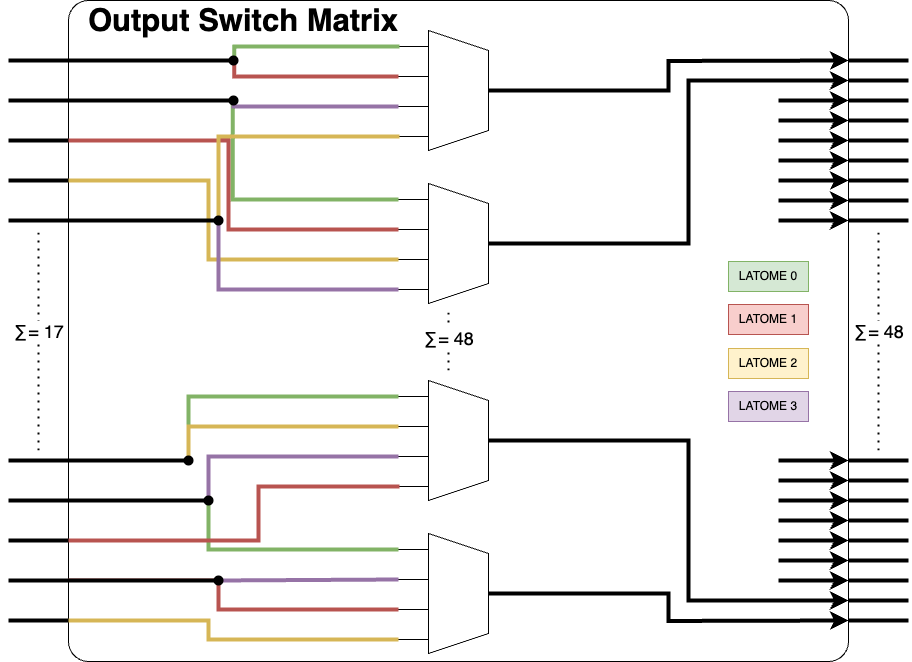
Before: images/osm.png, a diagram exported from draw.io (PaoloRondot/master_thesis). Source tidied: cells renumbered, new cells last; positions are measured from the earlier drawing's top-left corner, leaving out a move shared by most shapes.
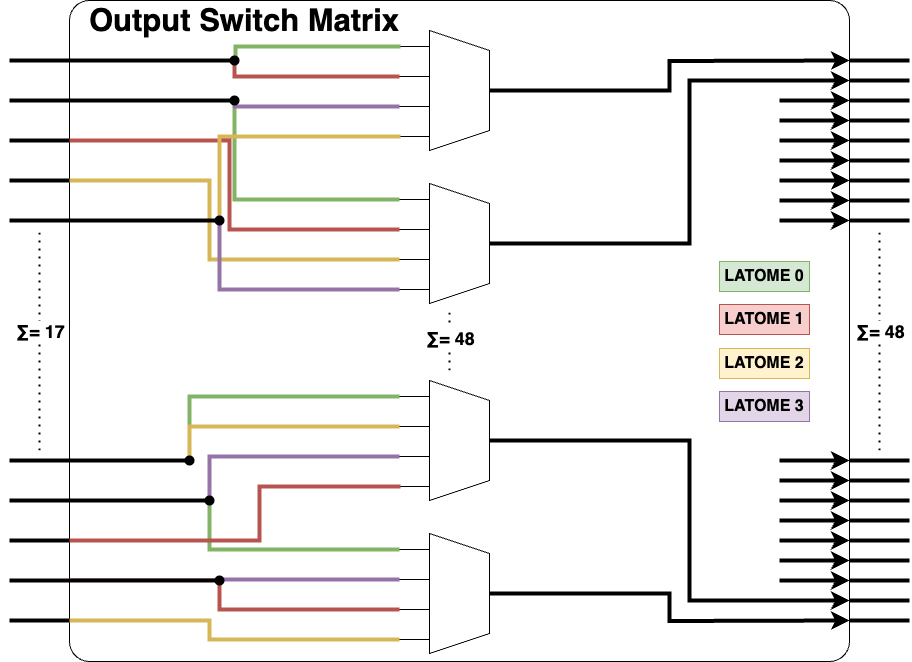
Above is the later version.

What changed in the source:
```diff
@@ -124,7 +124,7 @@
         <mxPoint x="50" y="-70" as="targetPoint" />
       </mxGeometry>
     </mxCell>
-    <mxCell id="25" value="∑= 48" style="edgeLabel;html=1;align=center;verticalAlign=middle;fontSize=18;" parent="24" vertex="1">
+    <mxCell id="25" value="∑= 48" style="edgeLabel;html=1;align=center;verticalAlign=middle;fontSize=18;fontStyle=1;" parent="24" vertex="1">
       <mxGeometry x="0.09" y="3" relative="1" as="geometry">
         <mxPoint x="3" as="offset" />
       </mxGeometry>
@@ -159,7 +159,7 @@
         <mxPoint x="30" y="230" as="targetPoint" />
       </mxGeometry>
     </mxCell>
-    <mxCell id="31" value="∑= 17" style="edgeLabel;html=1;align=center;verticalAlign=middle;fontSize=18;" parent="30" vertex="1">
+    <mxCell id="31" value="∑= 17" style="edgeLabel;html=1;align=center;verticalAlign=middle;fontSize=18;fontStyle=1;" parent="30" vertex="1">
       <mxGeometry x="0.09" y="3" relative="1" as="geometry">
         <mxPoint x="3" as="offset" />
       </mxGeometry>
@@ -230,7 +230,7 @@
         <mxPoint x="870" y="230" as="targetPoint" />
       </mxGeometry>
     </mxCell>
-    <mxCell id="43" value="∑= 48" style="edgeLabel;html=1;align=center;verticalAlign=middle;fontSize=18;" parent="42" vertex="1">
+    <mxCell id="43" value="∑= 48" style="edgeLabel;html=1;align=center;verticalAlign=middle;fontSize=18;fontStyle=1;" parent="42" vertex="1">
       <mxGeometry x="0.09" y="3" relative="1" as="geometry">
         <mxPoint x="3" as="offset" />
       </mxGeometry>
@@ -581,17 +581,17 @@
         <mxPoint x="840" y="100" as="targetPoint" />
       </mxGeometry>
     </mxCell>
-    <mxCell id="96" value="LATOME 0" style="rounded=0;whiteSpace=wrap;html=1;fillColor=#d5e8d4;strokeColor=#82b366;" parent="1" vertex="1">
-      <mxGeometry x="720" y="261" width="80" height="30" as="geometry" />
+    <mxCell id="96" value="LATOME 0" style="rounded=0;whiteSpace=wrap;html=1;fillColor=#d5e8d4;strokeColor=#82b366;fontSize=16;fontStyle=1;" parent="1" vertex="1">
+      <mxGeometry x="710" y="261" width="90" height="30" as="geometry" />
     </mxCell>
-    <mxCell id="97" value="LATOME 1" style="rounded=0;whiteSpace=wrap;html=1;fillColor=#f8cecc;strokeColor=#b85450;" parent="1" vertex="1">
-      <mxGeometry x="720" y="304" width="80" height="30" as="geometry" />
+    <mxCell id="97" value="LATOME 1" style="rounded=0;whiteSpace=wrap;html=1;fillColor=#f8cecc;strokeColor=#b85450;fontSize=16;fontStyle=1;" parent="1" vertex="1">
+      <mxGeometry x="710" y="304" width="90" height="30" as="geometry" />
     </mxCell>
-    <mxCell id="98" value="LATOME 2" style="rounded=0;whiteSpace=wrap;html=1;fillColor=#fff2cc;strokeColor=#d6b656;" parent="1" vertex="1">
-      <mxGeometry x="720" y="348" width="80" height="30" as="geometry" />
+    <mxCell id="98" value="LATOME 2" style="rounded=0;whiteSpace=wrap;html=1;fillColor=#fff2cc;strokeColor=#d6b656;fontSize=16;fontStyle=1;" parent="1" vertex="1">
+      <mxGeometry x="710" y="348" width="90" height="30" as="geometry" />
     </mxCell>
-    <mxCell id="99" value="LATOME 3" style="rounded=0;whiteSpace=wrap;html=1;fillColor=#e1d5e7;strokeColor=#9673a6;" parent="1" vertex="1">
-      <mxGeometry x="720" y="391" width="80" height="30" as="geometry" />
+    <mxCell id="99" value="LATOME 3" style="rounded=0;whiteSpace=wrap;html=1;fillColor=#e1d5e7;strokeColor=#9673a6;fontSize=16;fontStyle=1;" parent="1" vertex="1">
+      <mxGeometry x="710" y="391" width="90" height="30" as="geometry" />
     </mxCell>
   </root>
 </mxGraphModel>
```
